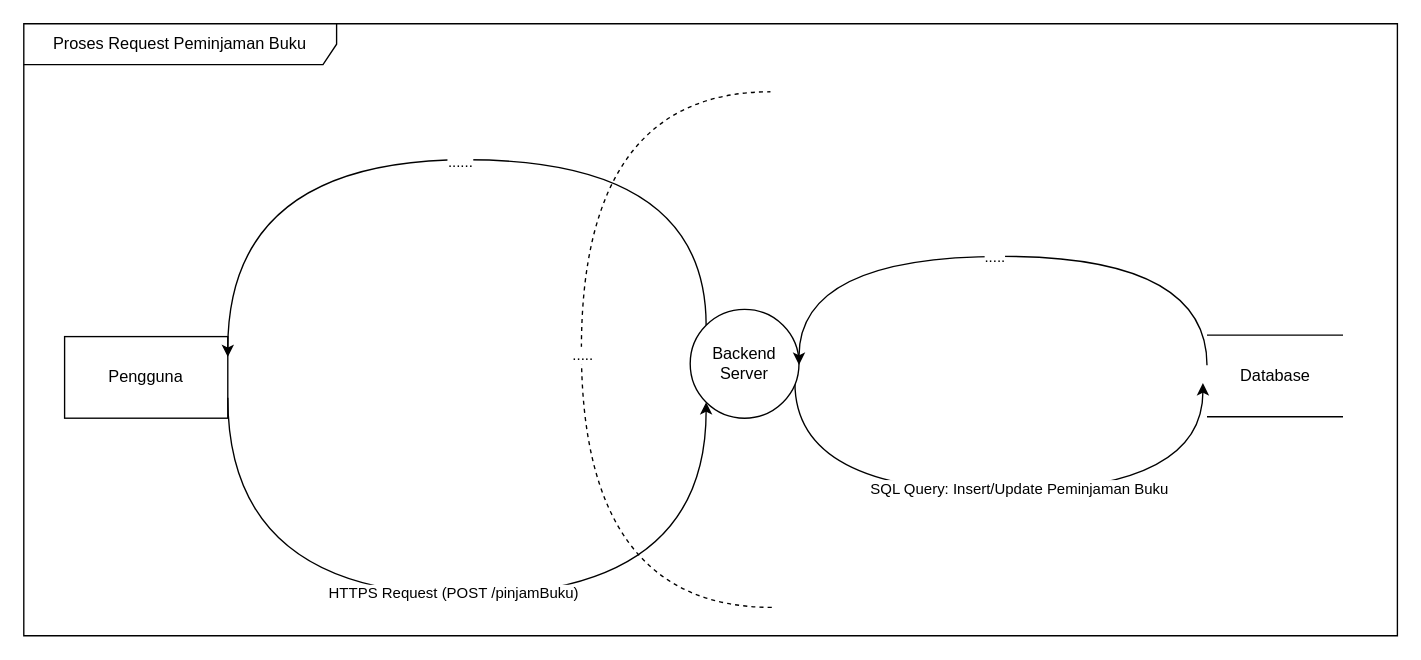
anthef/anthef keeps this draw.io diagram as pkpl_w4.drawio. Above is the earlier version. Source tidied: cells renumbered, new cells numbered last; positions are measured from the earlier drawing's top-left corner, leaving out a move shared by most shapes. Both pictures are drawn from the tidied source at 136%, with x=0, y=0 at pixel (23, 23).
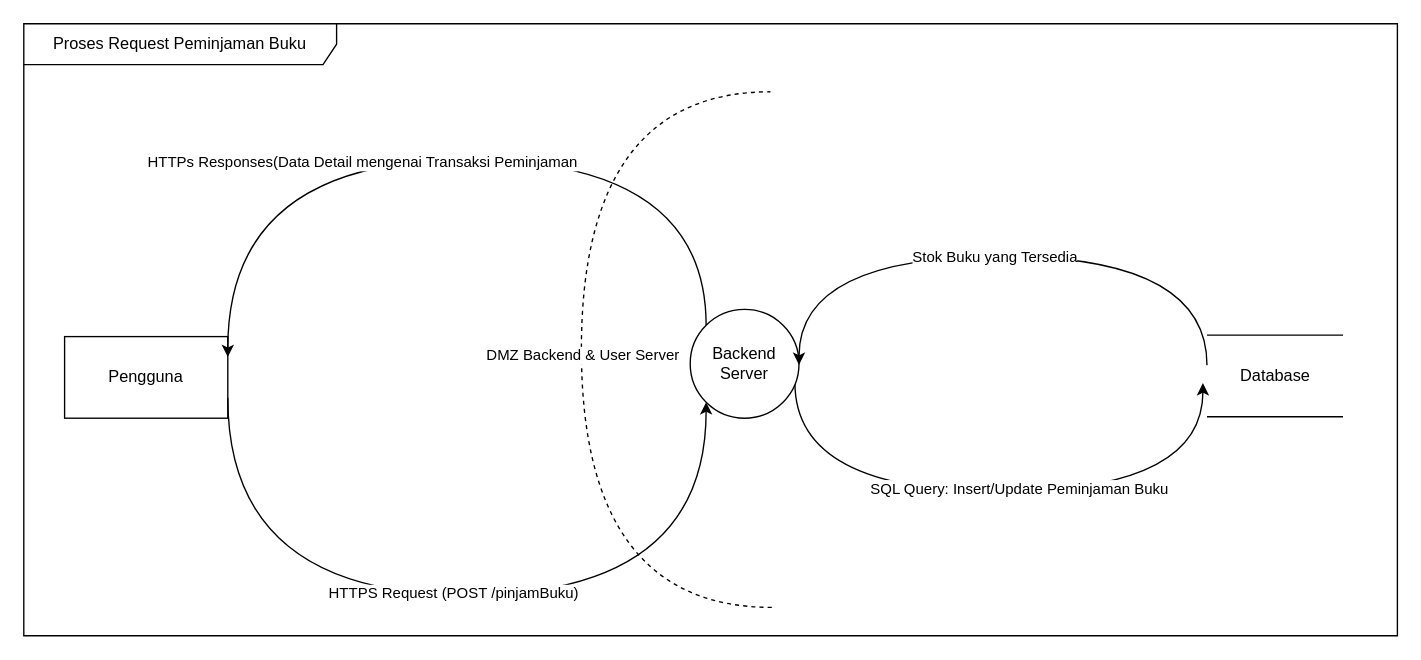
The same diagram, later.

The change refers to these unchanged cells:
```xml
<mxCell id="3" style="edgeStyle=orthogonalEdgeStyle;rounded=0;jettySize=auto;html=1;exitX=0;exitY=0;exitDx=0;exitDy=0;entryX=1;entryY=0.25;entryDx=0;entryDy=0;curved=1;" parent="1" edge="1" source="9" target="2">
  <mxGeometry relative="1" as="geometry">
    <Array as="points">
      <mxPoint x="502" y="100" />
      <mxPoint x="150" y="100" />
    </Array>
  </mxGeometry>
</mxCell>
<mxCell id="13" style="edgeStyle=orthogonalEdgeStyle;rounded=0;orthogonalLoop=1;jettySize=auto;html=1;exitX=1;exitY=0.5;exitDx=0;exitDy=0;curved=1;" parent="1" edge="1">
  <mxGeometry relative="1" as="geometry">
    <mxPoint x="870" y="251" as="sourcePoint" />
    <mxPoint x="570" y="250.8" as="targetPoint" />
    <Array as="points">
      <mxPoint x="870" y="171" />
      <mxPoint x="570" y="171" />
    </Array>
  </mxGeometry>
</mxCell>
<mxCell id="16" style="endArrow=none;dashed=1;html=1;rounded=0;entryX=0.395;entryY=0.002;entryDx=0;entryDy=0;entryPerimeter=0;edgeStyle=orthogonalEdgeStyle;curved=1;" parent="1" edge="1">
  <mxGeometry relative="1" as="geometry">
    <mxPoint x="550" y="429.1" as="sourcePoint" />
    <mxPoint x="549" y="50" as="targetPoint" />
    <Array as="points">
      <mxPoint x="410" y="429.5" />
      <mxPoint x="410" y="50.5" />
    </Array>
  </mxGeometry>
</mxCell>
```

Change to the diagram source:
```diff
@@
-    <mxCell id="4" value="......" style="edgeLabel;html=1;align=center;verticalAlign=middle;" parent="3" vertex="1">
-      <mxGeometry x="-0.02" y="1" relative="1" as="geometry" />
+    <mxCell id="4" value="HTTPs Responses(Data Detail mengenai Transaksi Peminjaman" style="edgeLabel;html=1;align=center;verticalAlign=middle;" parent="3" vertex="1">
+      <mxGeometry x="-0.02" y="1" relative="1" as="geometry">
+        <mxPoint x="-72" as="offset" />
+      </mxGeometry>
     </mxCell>
@@
-    <mxCell id="14" value="....." style="edgeLabel;html=1;align=center;verticalAlign=middle;" parent="13" vertex="1">
+    <mxCell id="14" value="Stok Buku yang Tersedia" style="edgeLabel;html=1;align=center;verticalAlign=middle;" parent="13" vertex="1">
       <mxGeometry x="0.03" relative="1" as="geometry" />
     </mxCell>
@@
-    <mxCell id="17" value="....." style="edgeLabel;html=1;align=center;verticalAlign=middle;" parent="16" vertex="1">
+    <mxCell id="17" value="DMZ Backend &amp;amp; User Server" style="edgeLabel;html=1;align=center;verticalAlign=middle;" parent="16" vertex="1">
       <mxGeometry x="-0.01" relative="1" as="geometry" />
     </mxCell>
```
